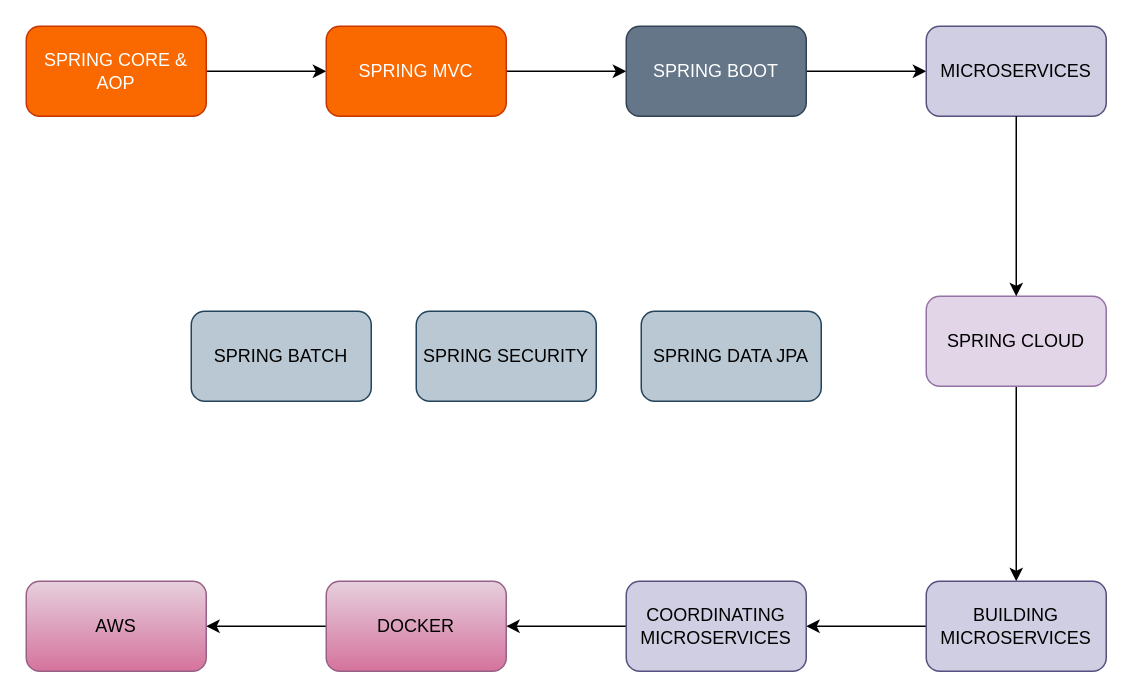
The draw.io diagram page "Modules Connect" (4 of 8) of dgm/msG2.drawio in spm-gsmohanty/sbms, before the edit. Source tidied: cells renumbered, new cells numbered last; positions are measured from the earlier drawing's top-left corner, leaving out a move shared by most shapes. Both pictures are drawn from the tidied source at 150%, with x=0, y=0 at pixel (26, 26).
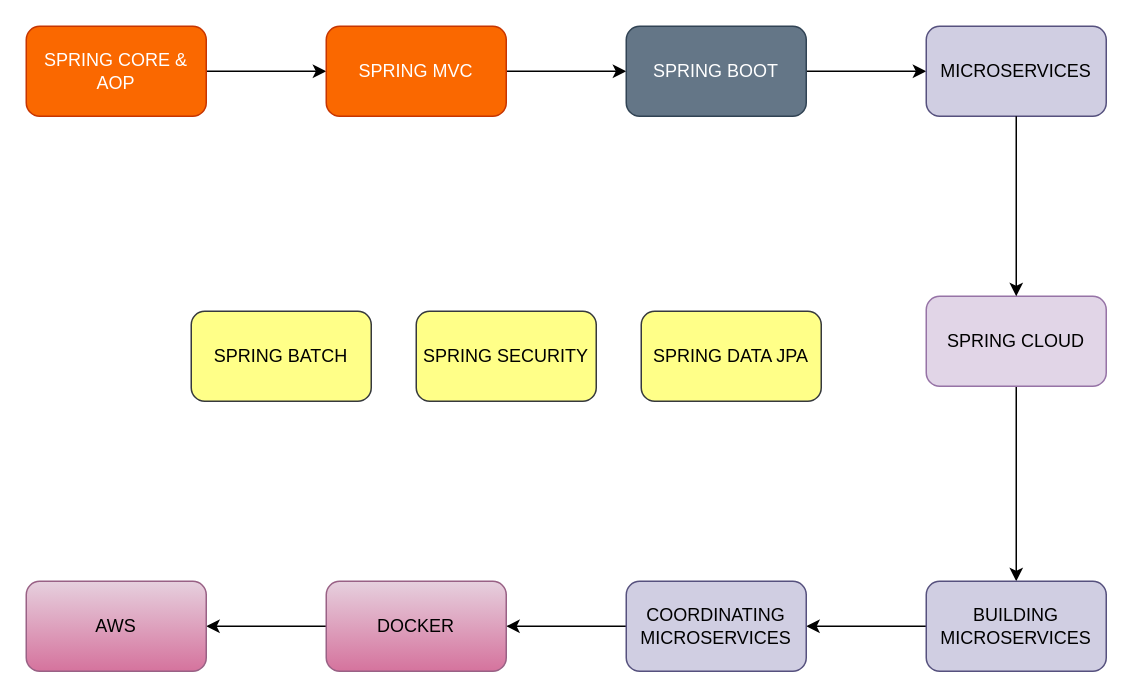
After the change.

The edit, as a diff of the source:
```diff
@@
-    <mxCell id="17" value="SPRING BATCH" style="rounded=1;whiteSpace=wrap;html=1;fillColor=#bac8d3;strokeColor=#23445d;" parent="1" vertex="1">
+    <mxCell id="17" value="SPRING BATCH" style="rounded=1;whiteSpace=wrap;html=1;fillColor=#ffff88;strokeColor=#36393d;" parent="1" vertex="1">
       <mxGeometry x="110" y="190" width="120" height="60" as="geometry" />
     </mxCell>
-    <mxCell id="18" value="SPRING SECURITY" style="rounded=1;whiteSpace=wrap;html=1;fillColor=#bac8d3;strokeColor=#23445d;" parent="1" vertex="1">
+    <mxCell id="18" value="SPRING SECURITY" style="rounded=1;whiteSpace=wrap;html=1;fillColor=#ffff88;strokeColor=#36393d;" parent="1" vertex="1">
       <mxGeometry x="260" y="190" width="120" height="60" as="geometry" />
     </mxCell>
-    <mxCell id="19" value="SPRING DATA JPA" style="rounded=1;whiteSpace=wrap;html=1;fillColor=#bac8d3;strokeColor=#23445d;" parent="1" vertex="1">
+    <mxCell id="19" value="SPRING DATA JPA" style="rounded=1;whiteSpace=wrap;html=1;fillColor=#ffff88;strokeColor=#36393d;" parent="1" vertex="1">
       <mxGeometry x="410" y="190" width="120" height="60" as="geometry" />
     </mxCell>
```
